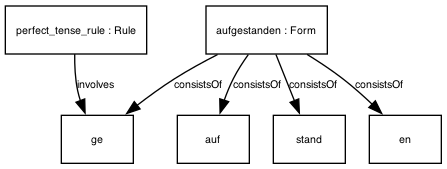
Before: examples/example_10.png, a diagram exported from Graphviz (ontolex/morph). Its source is kept beside it as examples/example_10.dot.
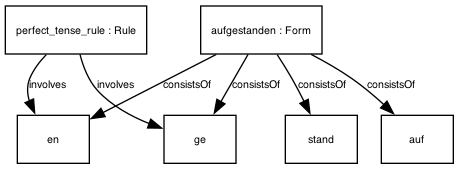
After the commit.

Commit message:
Reword morph:involves, add clarifications to morph:generates and change the examples from given morphs to generating them. In addition, fix aufstehen example. Fixes #46

The edit, as a diff of the source:
```diff
@@ -15,13 +15,14 @@
 
 ge [ label="{ge}" ]
 perfect_tense_rule -> ge [ label="involves" ]
+en [ label="{en}" ]
+perfect_tense_rule -> en [ label="involves" ]
 perfect_tense_rule [ label="{perfect_tense_rule : Rule}" ]
 auf [ label="{auf}" ]
 aufgestanden -> auf [ label="consistsOf" ]
 aufgestanden -> ge [ label="consistsOf" ]
 stand [ label="{stand}" ]
 aufgestanden -> stand [ label="consistsOf" ]
-en [ label="{en}" ]
 aufgestanden -> en [ label="consistsOf" ]
 aufgestanden [ label="{aufgestanden : Form}" ]
 }
```
